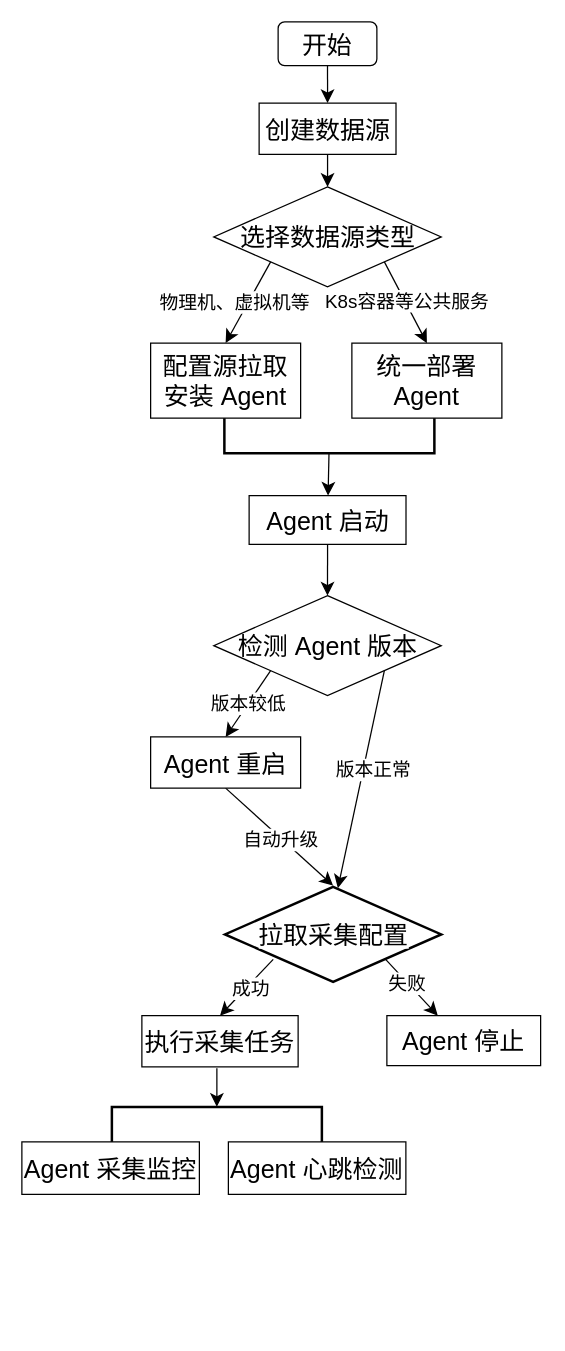
The draw.io diagram file/日志采集.drawio in grant1499/grant1499.github.io, before the edit. Source tidied: cells renumbered, new cells numbered last; positions are measured from the earlier drawing's top-left corner, leaving out a move shared by most shapes. Both pictures are drawn from the tidied source at 125%, with x=0, y=0 at pixel (21, 21).
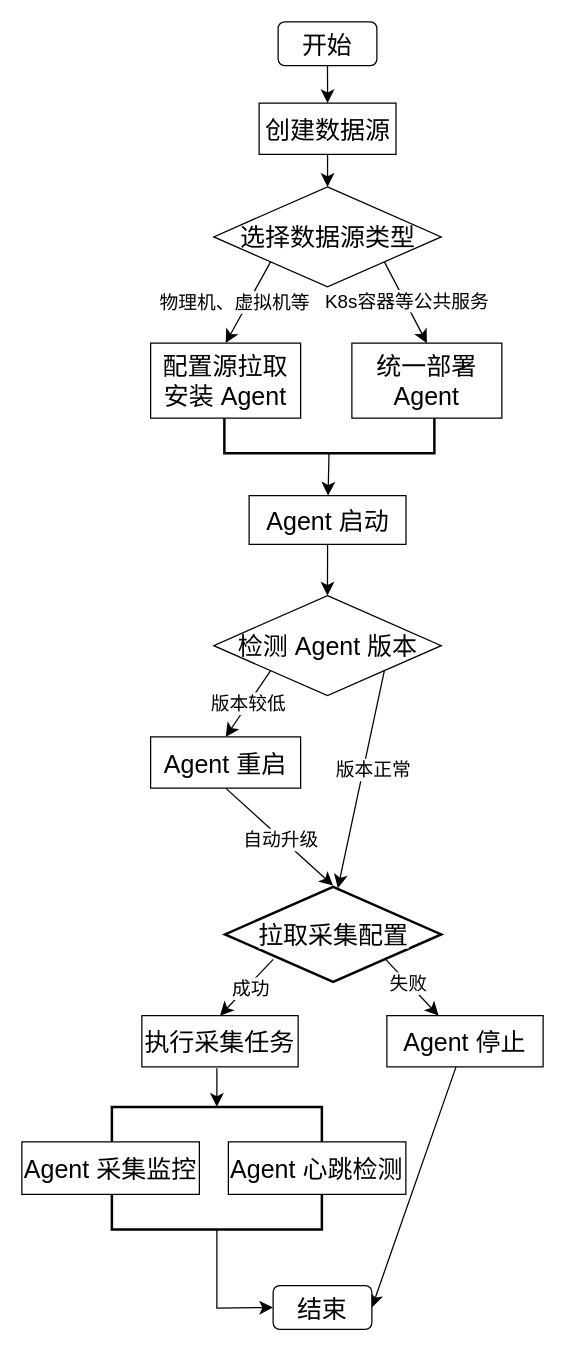
After the change.

Commit message:
更新日志采集.drawio -4

The edit, as a diff of the source:
```diff
@@
+    <mxCell id="37" style="edgeStyle=none;curved=1;rounded=0;jettySize=auto;html=1;entryX=1;entryY=0.5;entryDx=0;entryDy=0;fontSize=12;startSize=8;endSize=8;" parent="1" edge="1" source="36" target="38">
+      <mxGeometry relative="1" as="geometry" />
+    </mxCell>
     <mxCell id="36" value="&lt;span style=&quot;font-size: 20px;&quot;&gt;Agent 停止&lt;/span&gt;" style="whiteSpace=wrap;html=1;" parent="1" vertex="1">
-      <mxGeometry x="292" y="795" width="123" height="40" as="geometry" />
+      <mxGeometry x="292" y="795" width="125" height="41" as="geometry" />
     </mxCell>
+    <mxCell id="38" value="&lt;span style=&quot;font-size: 20px;&quot;&gt;结束&lt;/span&gt;" style="rounded=1;whiteSpace=wrap;html=1;" parent="1" vertex="1">
+      <mxGeometry x="201" y="1011" width="79" height="35" as="geometry" />
+    </mxCell>
+    <mxCell id="39" style="edgeStyle=none;curved=0;rounded=0;jettySize=auto;html=1;entryX=0;entryY=0.5;entryDx=0;entryDy=0;fontSize=12;startSize=8;endSize=8;" parent="1" edge="1" source="40" target="38">
+      <mxGeometry relative="1" as="geometry">
+        <Array as="points">
+          <mxPoint x="156" y="1029" />
+        </Array>
+      </mxGeometry>
+    </mxCell>
+    <mxCell id="40" style="strokeWidth=2;html=1;shape=mxgraph.flowchart.annotation_1;align=left;direction=north;" parent="1" vertex="1">
+      <mxGeometry x="72" y="938" width="168" height="28" as="geometry" />
+    </mxCell>
```
